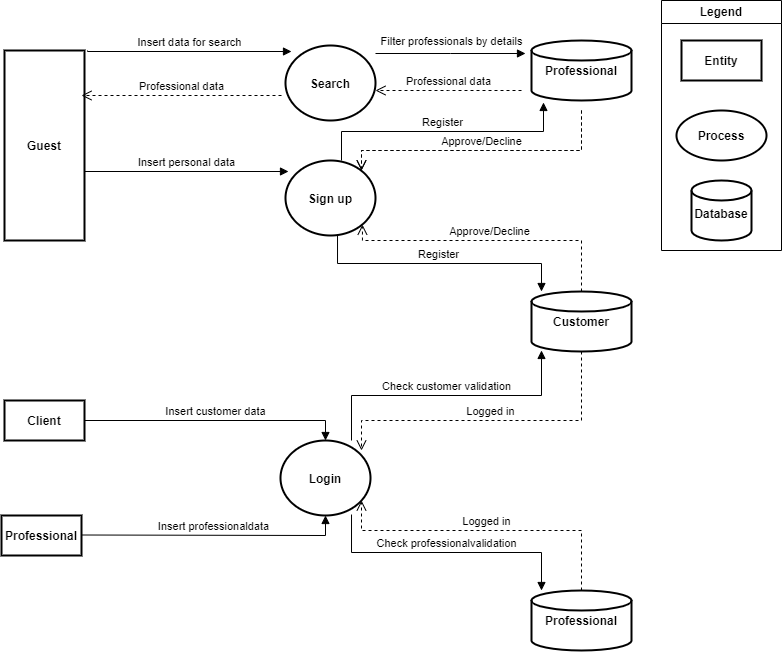
This is PRO4U_DFD.drawio.png from redhat-beyond/Pro4U, a draw.io export, as it was before one commit. Source tidied: cells renumbered, new cells last; positions are measured from the earlier drawing's top-left corner, leaving out a move shared by most shapes.
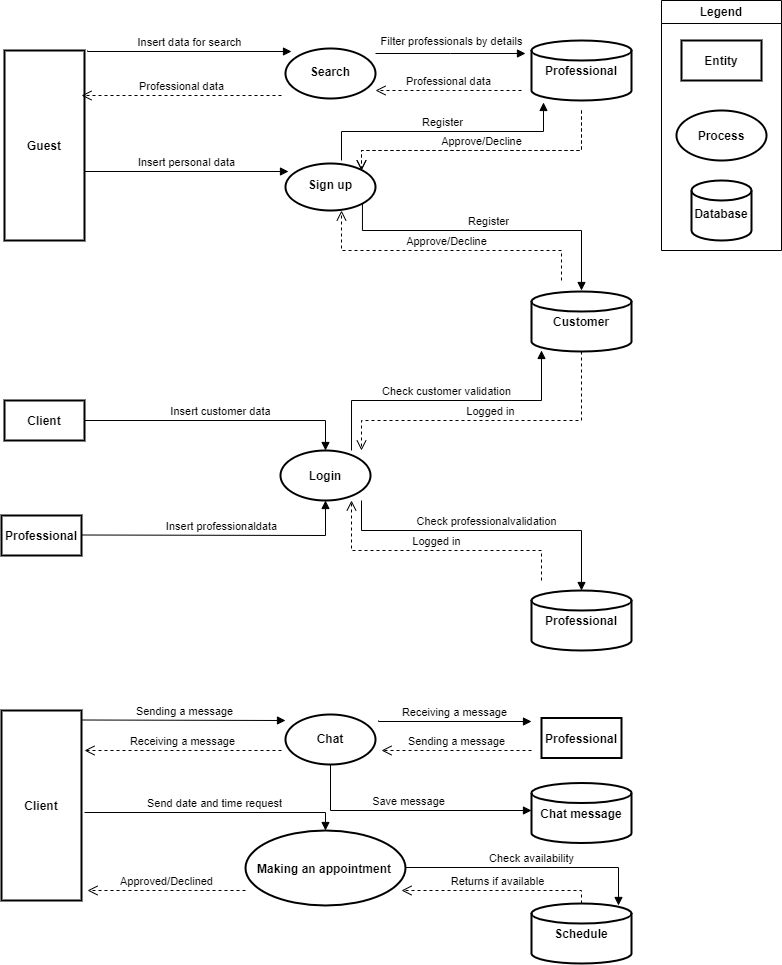
The same file after the commit.

Diff of the diagram source:
```diff
@@ -36,10 +36,10 @@
       <mxGeometry x="540" y="57" width="80" height="26" as="geometry" />
     </mxCell>
     <mxCell id="13" style="strokeWidth=2;html=1;shape=mxgraph.flowchart.start_1;whiteSpace=wrap;" parent="1" vertex="1">
-      <mxGeometry x="284" y="45" width="90" height="75" as="geometry" />
+      <mxGeometry x="284" y="48" width="90" height="50" as="geometry" />
     </mxCell>
     <mxCell id="14" value="Search" style="text;align=center;fontStyle=1;verticalAlign=middle;spacingLeft=3;spacingRight=3;strokeColor=none;" parent="1" vertex="1">
-      <mxGeometry x="289" y="69.5" width="80" height="26" as="geometry" />
+      <mxGeometry x="289" y="57.5" width="80" height="26" as="geometry" />
     </mxCell>
     <mxCell id="15" value="Insert data for search" style="html=1;verticalAlign=bottom;endArrow=block;edgeStyle=elbowEdgeStyle;elbow=vertical;curved=0;rounded=0;" parent="1" edge="1">
       <mxGeometry relative="1" as="geometry">
@@ -54,10 +54,10 @@
       </mxGeometry>
     </mxCell>
     <mxCell id="17" style="strokeWidth=2;html=1;shape=mxgraph.flowchart.start_1;whiteSpace=wrap;" parent="1" vertex="1">
-      <mxGeometry x="284" y="160" width="90" height="75" as="geometry" />
+      <mxGeometry x="284" y="163" width="90" height="47" as="geometry" />
     </mxCell>
     <mxCell id="18" value="Sign up" style="text;align=center;fontStyle=1;verticalAlign=middle;spacingLeft=3;spacingRight=3;strokeColor=none;" parent="1" vertex="1">
-      <mxGeometry x="289" y="184.5" width="80" height="26" as="geometry" />
+      <mxGeometry x="289" y="170.5" width="80" height="26" as="geometry" />
     </mxCell>
     <mxCell id="19" value="Insert personal data" style="html=1;verticalAlign=bottom;endArrow=block;edgeStyle=elbowEdgeStyle;elbow=vertical;curved=0;rounded=0;" parent="1" edge="1">
       <mxGeometry relative="1" as="geometry">
@@ -94,13 +94,21 @@
         </Array>
       </mxGeometry>
     </mxCell>
-    <mxCell id="25" value="Register" style="html=1;verticalAlign=bottom;endArrow=block;edgeStyle=elbowEdgeStyle;elbow=vertical;curved=0;rounded=0;exitX=0.578;exitY=0.987;exitDx=0;exitDy=0;exitPerimeter=0;entryX=0.1;entryY=0;entryDx=0;entryDy=0;entryPerimeter=0;" parent="1" edge="1" source="17" target="22">
-      <mxGeometry relative="1" as="geometry" />
+    <mxCell id="25" value="Register" style="html=1;verticalAlign=bottom;endArrow=block;edgeStyle=elbowEdgeStyle;elbow=vertical;curved=0;rounded=0;exitX=0.855;exitY=0.855;exitDx=0;exitDy=0;exitPerimeter=0;" parent="1" edge="1" source="17">
+      <mxGeometry relative="1" as="geometry">
+        <mxPoint x="580" y="290" as="targetPoint" />
+        <Array as="points">
+          <mxPoint x="470" y="230" />
+        </Array>
+      </mxGeometry>
     </mxCell>
-    <mxCell id="26" value="Approve/Decline" style="html=1;verticalAlign=bottom;endArrow=open;dashed=1;endSize=8;edgeStyle=elbowEdgeStyle;elbow=vertical;curved=0;rounded=0;exitX=0.5;exitY=0;exitDx=0;exitDy=0;exitPerimeter=0;entryX=0.855;entryY=0.855;entryDx=0;entryDy=0;entryPerimeter=0;" parent="1" edge="1" source="22" target="17">
+    <mxCell id="26" value="Approve/Decline" style="html=1;verticalAlign=bottom;endArrow=open;dashed=1;endSize=8;edgeStyle=elbowEdgeStyle;elbow=vertical;curved=0;rounded=0;" parent="1" edge="1">
       <mxGeometry relative="1" as="geometry">
+        <mxPoint x="560" y="280" as="sourcePoint" />
+        <mxPoint x="340" y="210" as="targetPoint" />
         <Array as="points">
-          <mxPoint x="480" y="240" />
+          <mxPoint x="450" y="250" />
+          <mxPoint x="459" y="230" />
         </Array>
       </mxGeometry>
     </mxCell>
@@ -123,7 +131,7 @@
       <mxGeometry x="3" y="405" width="80" height="30" as="geometry" />
     </mxCell>
     <mxCell id="31" style="strokeWidth=2;html=1;shape=mxgraph.flowchart.start_1;whiteSpace=wrap;" parent="1" vertex="1">
-      <mxGeometry x="279" y="440" width="90" height="75" as="geometry" />
+      <mxGeometry x="279" y="450" width="90" height="50" as="geometry" />
     </mxCell>
     <mxCell id="32" style="verticalLabelPosition=bottom;verticalAlign=top;html=1;shape=mxgraph.basic.rect;fillColor2=none;strokeWidth=2;size=20;indent=5;" parent="1" vertex="1">
       <mxGeometry y="515" width="80" height="40" as="geometry" />
@@ -146,10 +154,8 @@
         </Array>
       </mxGeometry>
     </mxCell>
-    <mxCell id="36" value="Check customer validation" style="html=1;verticalAlign=bottom;endArrow=block;edgeStyle=elbowEdgeStyle;elbow=vertical;curved=0;rounded=0;entryX=0.1;entryY=0.983;entryDx=0;entryDy=0;entryPerimeter=0;" parent="1" edge="1" target="22">
-      <mxGeometry relative="1" as="geometry">
-        <mxPoint x="350" y="440" as="sourcePoint" />
-      </mxGeometry>
+    <mxCell id="36" value="Check customer validation" style="html=1;verticalAlign=bottom;endArrow=block;edgeStyle=elbowEdgeStyle;elbow=vertical;curved=0;rounded=0;entryX=0.1;entryY=0.983;entryDx=0;entryDy=0;entryPerimeter=0;exitX=0.789;exitY=0;exitDx=0;exitDy=0;exitPerimeter=0;" parent="1" edge="1" source="31" target="22">
+      <mxGeometry relative="1" as="geometry" />
     </mxCell>
     <mxCell id="37" style="strokeWidth=2;html=1;shape=mxgraph.flowchart.database;whiteSpace=wrap;" parent="1" vertex="1">
       <mxGeometry x="530" y="590" width="100" height="60" as="geometry" />
@@ -157,14 +163,20 @@
     <mxCell id="38" value="Professional" style="text;align=center;fontStyle=1;verticalAlign=middle;spacingLeft=3;spacingRight=3;strokeColor=none;" parent="1" vertex="1">
       <mxGeometry x="540" y="607" width="80" height="26" as="geometry" />
     </mxCell>
-    <mxCell id="39" value="Check professionalvalidation" style="html=1;verticalAlign=bottom;endArrow=block;edgeStyle=elbowEdgeStyle;elbow=vertical;curved=0;rounded=0;entryX=0.1;entryY=0;entryDx=0;entryDy=0;entryPerimeter=0;exitX=0.789;exitY=0.987;exitDx=0;exitDy=0;exitPerimeter=0;" parent="1" edge="1" source="31" target="37">
-      <mxGeometry relative="1" as="geometry" />
+    <mxCell id="39" value="Check professionalvalidation" style="html=1;verticalAlign=bottom;endArrow=block;edgeStyle=elbowEdgeStyle;elbow=vertical;curved=0;rounded=0;entryX=0.5;entryY=0;entryDx=0;entryDy=0;entryPerimeter=0;" parent="1" edge="1" target="37">
+      <mxGeometry relative="1" as="geometry">
+        <mxPoint x="360" y="500" as="sourcePoint" />
+        <Array as="points">
+          <mxPoint x="470" y="530" />
+        </Array>
+      </mxGeometry>
     </mxCell>
-    <mxCell id="40" value="Logged in" style="html=1;verticalAlign=bottom;endArrow=open;dashed=1;endSize=8;edgeStyle=elbowEdgeStyle;elbow=vertical;curved=0;rounded=0;exitX=0.5;exitY=0;exitDx=0;exitDy=0;exitPerimeter=0;" parent="1" edge="1" source="37">
+    <mxCell id="40" value="Logged in" style="html=1;verticalAlign=bottom;endArrow=open;dashed=1;endSize=8;edgeStyle=elbowEdgeStyle;elbow=vertical;curved=0;rounded=0;" parent="1" edge="1">
       <mxGeometry relative="1" as="geometry">
-        <mxPoint x="360" y="500" as="targetPoint" />
+        <mxPoint x="540" y="580" as="sourcePoint" />
+        <mxPoint x="350" y="500" as="targetPoint" />
         <Array as="points">
-          <mxPoint x="470" y="530" />
+          <mxPoint x="450" y="550" />
         </Array>
       </mxGeometry>
     </mxCell>
@@ -177,7 +189,106 @@
       </mxGeometry>
     </mxCell>
     <mxCell id="42" value="Login" style="text;align=center;fontStyle=1;verticalAlign=middle;spacingLeft=3;spacingRight=3;strokeColor=none;" parent="1" vertex="1">
-      <mxGeometry x="284" y="464.5" width="80" height="26" as="geometry" />
+      <mxGeometry x="284" y="462" width="80" height="26" as="geometry" />
     </mxCell>
+    <mxCell id="43" style="verticalLabelPosition=bottom;verticalAlign=top;html=1;shape=mxgraph.basic.rect;fillColor2=none;strokeWidth=2;size=20;indent=5;" parent="1" vertex="1">
+      <mxGeometry y="710" width="80" height="190" as="geometry" />
+    </mxCell>
+    <mxCell id="44" value="Client" style="text;align=center;fontStyle=1;verticalAlign=middle;spacingLeft=3;spacingRight=3;strokeColor=none;" parent="1" vertex="1">
+      <mxGeometry y="792.5" width="80" height="25" as="geometry" />
+    </mxCell>
+    <mxCell id="45" value="Sending a message" style="html=1;verticalAlign=bottom;endArrow=block;edgeStyle=elbowEdgeStyle;elbow=vertical;curved=0;rounded=0;" parent="1" edge="1">
+      <mxGeometry relative="1" as="geometry">
+        <mxPoint x="80" y="719.5" as="sourcePoint" />
+        <mxPoint x="284" y="720.5" as="targetPoint" />
+      </mxGeometry>
+    </mxCell>
+    <mxCell id="46" style="strokeWidth=2;html=1;shape=mxgraph.flowchart.start_1;whiteSpace=wrap;" parent="1" vertex="1">
+      <mxGeometry x="284" y="714" width="90" height="50" as="geometry" />
+    </mxCell>
+    <mxCell id="47" value="Chat" style="text;align=center;fontStyle=1;verticalAlign=middle;spacingLeft=3;spacingRight=3;strokeColor=none;" parent="1" vertex="1">
+      <mxGeometry x="289" y="724.5" width="80" height="26" as="geometry" />
+    </mxCell>
+    <mxCell id="48" style="verticalLabelPosition=bottom;verticalAlign=top;html=1;shape=mxgraph.basic.rect;fillColor2=none;strokeWidth=2;size=20;indent=5;" parent="1" vertex="1">
+      <mxGeometry x="540" y="717.5" width="80" height="40" as="geometry" />
+    </mxCell>
+    <mxCell id="49" value="Professional" style="text;align=center;fontStyle=1;verticalAlign=middle;spacingLeft=3;spacingRight=3;strokeColor=none;" parent="1" vertex="1">
+      <mxGeometry x="540" y="722.5" width="80" height="30" as="geometry" />
+    </mxCell>
+    <mxCell id="50" value="Receiving a message" style="html=1;verticalAlign=bottom;endArrow=block;edgeStyle=elbowEdgeStyle;elbow=vertical;curved=0;rounded=0;" parent="1" edge="1">
+      <mxGeometry relative="1" as="geometry">
+        <mxPoint x="377" y="720" as="sourcePoint" />
+        <mxPoint x="530" y="721" as="targetPoint" />
+      </mxGeometry>
+    </mxCell>
+    <mxCell id="51" value="Sending a message" style="html=1;verticalAlign=bottom;endArrow=open;dashed=1;endSize=8;edgeStyle=elbowEdgeStyle;elbow=vertical;curved=0;rounded=0;" parent="1" edge="1">
+      <mxGeometry relative="1" as="geometry">
+        <mxPoint x="530" y="750" as="sourcePoint" />
+        <mxPoint x="380" y="750" as="targetPoint" />
+      </mxGeometry>
+    </mxCell>
+    <mxCell id="52" value="Receiving a message" style="html=1;verticalAlign=bottom;endArrow=open;dashed=1;endSize=8;edgeStyle=elbowEdgeStyle;elbow=vertical;curved=0;rounded=0;" parent="1" edge="1">
+      <mxGeometry relative="1" as="geometry">
+        <mxPoint x="280" y="750" as="sourcePoint" />
+        <mxPoint x="83" y="750.5" as="targetPoint" />
+      </mxGeometry>
+    </mxCell>
+    <mxCell id="53" style="strokeWidth=2;html=1;shape=mxgraph.flowchart.database;whiteSpace=wrap;" parent="1" vertex="1">
+      <mxGeometry x="530" y="782.5" width="100" height="60" as="geometry" />
+    </mxCell>
+    <mxCell id="54" value="Chat message" style="text;align=center;fontStyle=1;verticalAlign=middle;spacingLeft=3;spacingRight=3;strokeColor=none;" parent="1" vertex="1">
+      <mxGeometry x="540" y="799.5" width="80" height="26" as="geometry" />
+    </mxCell>
+    <mxCell id="55" value="Save message" style="html=1;verticalAlign=bottom;endArrow=block;edgeStyle=elbowEdgeStyle;elbow=vertical;curved=0;rounded=0;exitX=0.5;exitY=1;exitDx=0;exitDy=0;exitPerimeter=0;" parent="1" edge="1" source="46">
+      <mxGeometry relative="1" as="geometry">
+        <mxPoint x="530" y="810" as="targetPoint" />
+        <Array as="points">
+          <mxPoint x="430" y="810" />
+        </Array>
+      </mxGeometry>
+    </mxCell>
+    <mxCell id="56" style="strokeWidth=2;html=1;shape=mxgraph.flowchart.start_1;whiteSpace=wrap;" parent="1" vertex="1">
+      <mxGeometry x="244" y="830" width="160" height="75" as="geometry" />
+    </mxCell>
+    <mxCell id="57" value="Making an appointment" style="text;align=center;fontStyle=1;verticalAlign=middle;spacingLeft=3;spacingRight=3;strokeColor=none;" parent="1" vertex="1">
+      <mxGeometry x="283" y="854.5" width="80" height="26" as="geometry" />
+    </mxCell>
+    <mxCell id="58" value="Send date and time request" style="html=1;verticalAlign=bottom;endArrow=block;edgeStyle=elbowEdgeStyle;elbow=vertical;curved=0;rounded=0;entryX=0.5;entryY=0;entryDx=0;entryDy=0;entryPerimeter=0;" parent="1" edge="1" target="56">
+      <mxGeometry relative="1" as="geometry">
+        <mxPoint x="83" y="812" as="sourcePoint" />
+        <Array as="points">
+          <mxPoint x="210" y="812" />
+        </Array>
+      </mxGeometry>
+    </mxCell>
+    <mxCell id="59" value="Check availability" style="html=1;verticalAlign=bottom;endArrow=block;edgeStyle=elbowEdgeStyle;elbow=vertical;curved=0;rounded=0;entryX=0.87;entryY=0.033;entryDx=0;entryDy=0;entryPerimeter=0;" parent="1" edge="1" target="60">
+      <mxGeometry relative="1" as="geometry">
+        <mxPoint x="404" y="867" as="sourcePoint" />
+        <Array as="points">
+          <mxPoint x="490" y="867" />
+        </Array>
+      </mxGeometry>
+    </mxCell>
+    <mxCell id="60" style="strokeWidth=2;html=1;shape=mxgraph.flowchart.database;whiteSpace=wrap;" parent="1" vertex="1">
+      <mxGeometry x="530" y="903" width="100" height="60" as="geometry" />
+    </mxCell>
+    <mxCell id="61" value="Schedule" style="text;align=center;fontStyle=1;verticalAlign=middle;spacingLeft=3;spacingRight=3;strokeColor=none;" parent="1" vertex="1">
+      <mxGeometry x="540" y="920" width="80" height="26" as="geometry" />
+    </mxCell>
+    <mxCell id="62" value="Returns if available" style="html=1;verticalAlign=bottom;endArrow=open;dashed=1;endSize=8;edgeStyle=elbowEdgeStyle;elbow=vertical;curved=0;rounded=0;exitX=0.5;exitY=0;exitDx=0;exitDy=0;exitPerimeter=0;" parent="1" edge="1" source="60">
+      <mxGeometry relative="1" as="geometry">
+        <mxPoint x="400" y="890" as="targetPoint" />
+        <Array as="points">
+          <mxPoint x="550" y="890" />
+          <mxPoint x="450" y="990" />
+        </Array>
+      </mxGeometry>
+    </mxCell>
+    <mxCell id="63" value="Approved/Declined" style="html=1;verticalAlign=bottom;endArrow=open;dashed=1;endSize=8;edgeStyle=elbowEdgeStyle;elbow=vertical;curved=0;rounded=0;" parent="1" edge="1">
+      <mxGeometry relative="1" as="geometry">
+        <mxPoint x="244" y="890" as="sourcePoint" />
+        <mxPoint x="86" y="890" as="targetPoint" />
+      </mxGeometry>
+    </mxCell>
   </root>
 </mxGraphModel>
```
